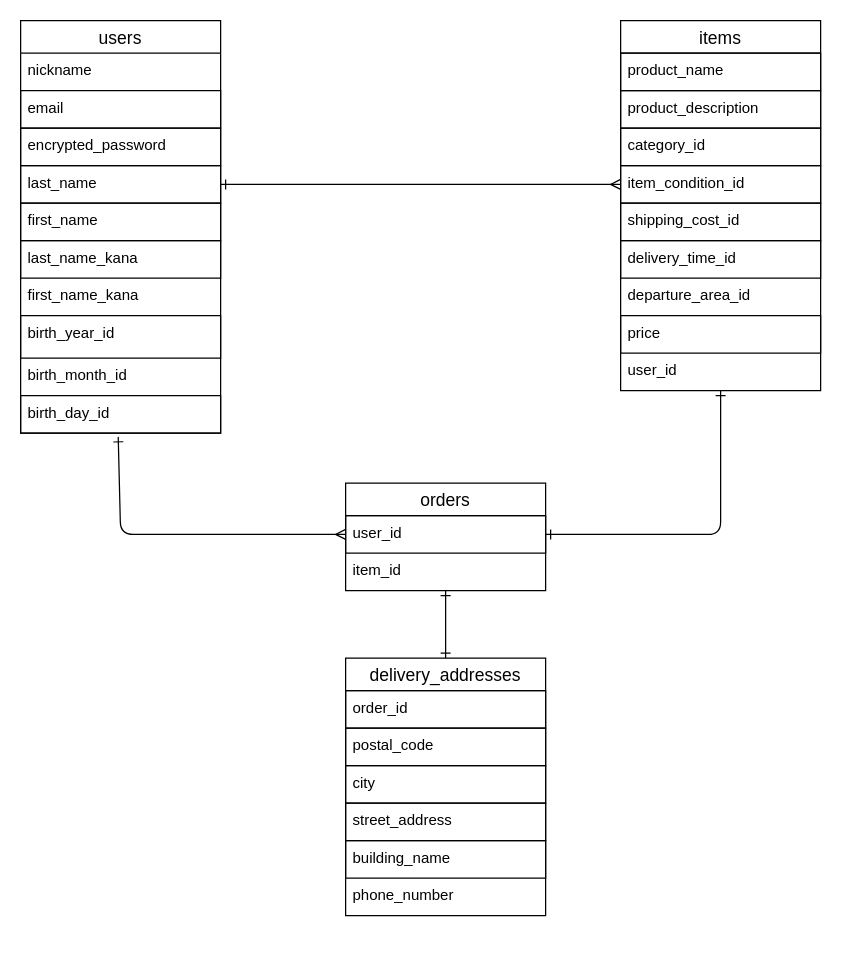
The draw.io diagram app/views/DB.dio in rikatussei/furima-40439, before the edit. Source tidied: cells renumbered, new cells numbered last; positions are measured from the earlier drawing's top-left corner, leaving out a move shared by most shapes. Both pictures are drawn from the tidied source at 125%, with x=0, y=0 at pixel (20, 20).
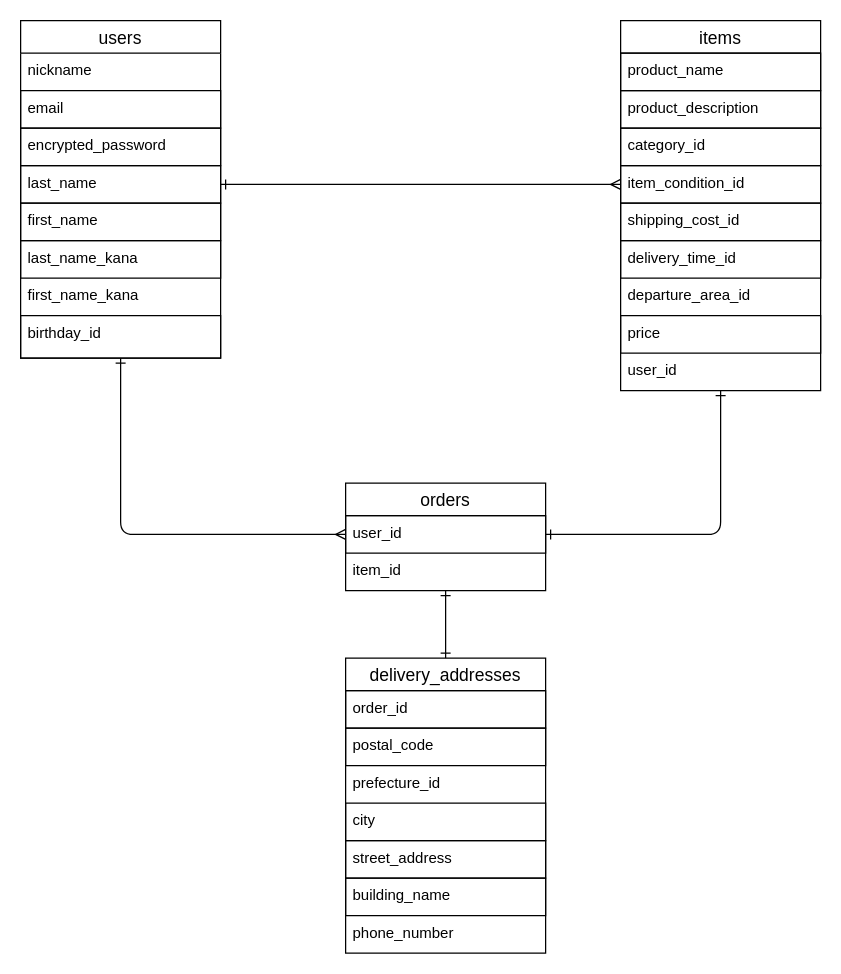
The same diagram, later.

Commit message (it also covers changes not shown here):
DB設計図を再度修正しました

Unchanged cells that the change refers to:
```xml
<mxCell id="35" value="user_id" style="text;strokeColor=default;fillColor=none;spacingLeft=4;spacingRight=4;overflow=hidden;points=[[0,0.5],[1,0.5]];portConstraint=eastwest;fontSize=12;" parent="34" vertex="1">
  <mxGeometry y="26" width="160" height="30" as="geometry" />
</mxCell>
```

Diff of the diagram source:
```diff
@@
     <mxCell id="2" value="users" style="swimlane;fontStyle=0;horizontal=1;startSize=26;align=center;fontSize=14;" parent="1" vertex="1">
-      <mxGeometry width="160" height="330" as="geometry" />
+      <mxGeometry width="160" height="270" as="geometry" />
     </mxCell>
@@
-    <mxCell id="10" value="birth_year_id" style="text;strokeColor=default;fillColor=none;spacingLeft=4;spacingRight=4;overflow=hidden;fontSize=12;glass=1;labelBorderColor=none;" parent="2" vertex="1">
+    <mxCell id="10" value="birthday_id" style="text;strokeColor=default;fillColor=none;spacingLeft=4;spacingRight=4;overflow=hidden;fontSize=12;glass=1;labelBorderColor=none;" parent="2" vertex="1">
       <mxGeometry y="236" width="160" height="34" as="geometry" />
     </mxCell>
-    <mxCell id="11" value="birth_month_id" style="text;strokeColor=none;fillColor=none;spacingLeft=4;spacingRight=4;overflow=hidden;fontSize=12;glass=1;labelBorderColor=none;" parent="2" vertex="1">
-      <mxGeometry y="270" width="160" height="30" as="geometry" />
-    </mxCell>
-    <mxCell id="12" value="birth_day_id" style="text;strokeColor=default;fillColor=none;spacingLeft=4;spacingRight=4;overflow=hidden;points=[[0,0.5],[1,0.5]];portConstraint=eastwest;fontSize=12;glass=1;labelBorderColor=none;" parent="2" vertex="1">
-      <mxGeometry y="300" width="160" height="30" as="geometry" />
-    </mxCell>
@@
     <mxCell id="25" value="delivery_addresses" style="swimlane;fontStyle=0;horizontal=1;startSize=26;align=center;fontSize=14;" parent="1" vertex="1">
-      <mxGeometry x="260" y="510" width="160" height="206" as="geometry" />
+      <mxGeometry x="260" y="510" width="160" height="236" as="geometry" />
     </mxCell>
@@
+    <mxCell id="37" value=" prefecture_id" style="text;strokeColor=none;fillColor=none;spacingLeft=4;spacingRight=4;overflow=hidden;fontSize=12;" parent="25" vertex="1">
+      <mxGeometry y="86" width="160" height="30" as="geometry" />
+    </mxCell>
     <mxCell id="28" value="city" style="text;strokeColor=default;fillColor=none;spacingLeft=4;spacingRight=4;overflow=hidden;fontSize=12;" parent="25" vertex="1">
-      <mxGeometry y="86" width="160" height="30" as="geometry" />
+      <mxGeometry y="116" width="160" height="30" as="geometry" />
     </mxCell>
     <mxCell id="29" value="street_address" style="text;strokeColor=default;fillColor=none;spacingLeft=4;spacingRight=4;overflow=hidden;fontSize=12;" parent="25" vertex="1">
-      <mxGeometry y="116" width="160" height="30" as="geometry" />
+      <mxGeometry y="146" width="160" height="30" as="geometry" />
     </mxCell>
     <mxCell id="30" value="building_name" style="text;strokeColor=default;fillColor=none;spacingLeft=4;spacingRight=4;overflow=hidden;fontSize=12;glass=1;" parent="25" vertex="1">
-      <mxGeometry y="146" width="160" height="30" as="geometry" />
+      <mxGeometry y="176" width="160" height="30" as="geometry" />
     </mxCell>
     <mxCell id="31" value="phone_number" style="text;strokeColor=none;fillColor=none;spacingLeft=4;spacingRight=4;overflow=hidden;fontSize=12;" parent="25" vertex="1">
-      <mxGeometry y="176" width="160" height="30" as="geometry" />
+      <mxGeometry y="206" width="160" height="30" as="geometry" />
     </mxCell>
@@
-    <mxCell id="33" style="edgeStyle=none;html=1;startArrow=ERmany;startFill=0;endArrow=ERone;endFill=0;entryX=0.488;entryY=1.1;entryDx=0;entryDy=0;entryPerimeter=0;exitX=0;exitY=0.5;exitDx=0;exitDy=0;" parent="1" edge="1" source="35" target="12">
+    <mxCell id="33" style="edgeStyle=none;html=1;startArrow=ERmany;startFill=0;endArrow=ERone;endFill=0;exitX=0;exitY=0.5;exitDx=0;exitDy=0;" parent="1" edge="1" source="35">
       <mxGeometry relative="1" as="geometry">
+        <mxPoint x="80" y="270" as="targetPoint" />
         <Array as="points">
           <mxPoint x="80" y="411" />
         </Array>
       </mxGeometry>
     </mxCell>
```
